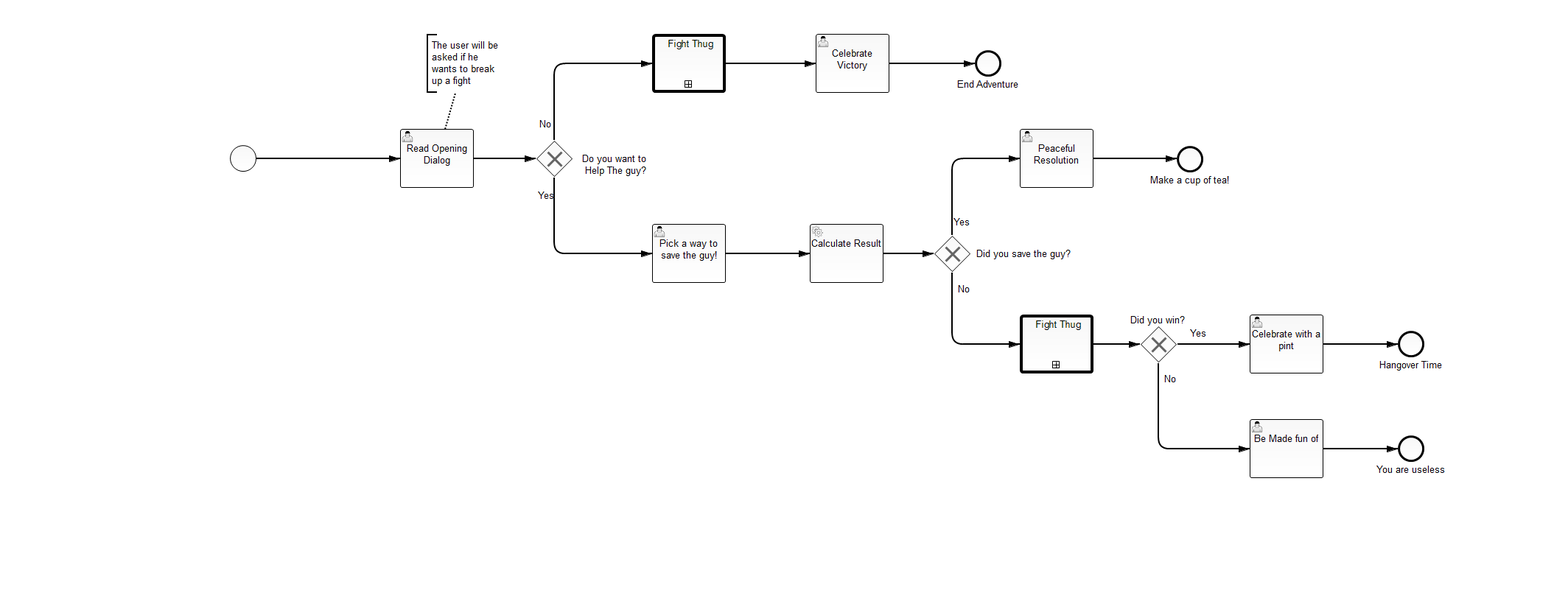
This is src/main/resources/story-adventure.png from NPDeehan/bpmn-quest, a BPMN export, as it was before one commit. Its source is kept beside it as src/main/resources/story-adventure.bpmn. Ids are renumbered.
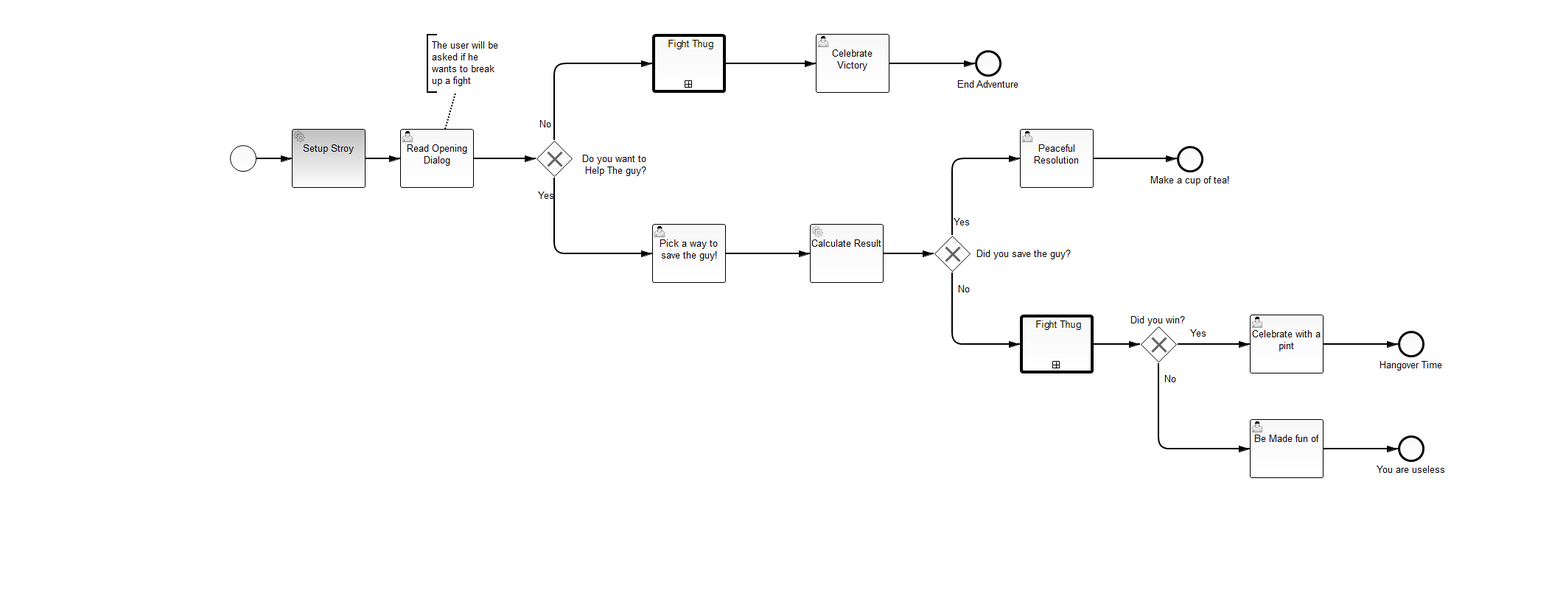
Later version of the same file.

Diff of the diagram source:
```diff
@@ -4,7 +4,7 @@
       <bpmn2:extensionElements>
         <camunda:taskListener class="org.camunda.bpmn.quest.superStoryQuestOne.GenerateIntroDialog" event="create"/>
       </bpmn2:extensionElements>
-      <bpmn2:incoming>SequenceFlow_1</bpmn2:incoming>
+      <bpmn2:incoming>SequenceFlow_2</bpmn2:incoming>
       <bpmn2:outgoing>SequenceFlow_n2</bpmn2:outgoing>
     </bpmn2:userTask>
     <bpmn2:exclusiveGateway id="ExclusiveGateway_n3" name="Do you want to&#xD;&#xA; Help The guy?">
@@ -70,7 +70,7 @@
     <bpmn2:startEvent id="StartEvent_1">
       <bpmn2:outgoing>SequenceFlow_1</bpmn2:outgoing>
     </bpmn2:startEvent>
-    <bpmn2:sequenceFlow id="SequenceFlow_1" name="" sourceRef="StartEvent_1" targetRef="UserTask_n1"/>
+    <bpmn2:sequenceFlow id="SequenceFlow_1" name="" sourceRef="StartEvent_1" targetRef="ServiceTask_1"/>
     <bpmn2:exclusiveGateway id="ExclusiveGateway_n27" name="Did you win?">
       <bpmn2:incoming>SequenceFlow_n17</bpmn2:incoming>
       <bpmn2:outgoing>SequenceFlow_n21</bpmn2:outgoing>
@@ -97,6 +97,11 @@
     <bpmn2:endEvent id="EndEvent_n19" name="Make a cup of tea!">
       <bpmn2:incoming>SequenceFlow_n16</bpmn2:incoming>
     </bpmn2:endEvent>
+    <bpmn2:serviceTask id="ServiceTask_1" camunda:class="org.camunda.bpmn.quest.superStoryQuestOne.GenerateIntroDialog" name="Setup Stroy">
+      <bpmn2:incoming>SequenceFlow_1</bpmn2:incoming>
+      <bpmn2:outgoing>SequenceFlow_2</bpmn2:outgoing>
+    </bpmn2:serviceTask>
+    <bpmn2:sequenceFlow id="SequenceFlow_2" name="" sourceRef="ServiceTask_1" targetRef="UserTask_n1"/>
     <bpmn2:textAnnotation id="TextAnnotation_n32">
       <bpmn2:text>The user will be asked if he wants to break up a fight</bpmn2:text>
     </bpmn2:textAnnotation>
@@ -252,9 +257,12 @@
           <dc:Bounds height="0.0" width="0.0" x="1265.0" y="86.0"/>
         </bpmndi:BPMNLabel>
       </bpmndi:BPMNEdge>
-      <bpmndi:BPMNEdge id="BPMNEdge_SequenceFlow_1" bpmnElement="SequenceFlow_1" sourceElement="_BPMNShape_StartEvent_5" targetElement="UserTask_n1_di">
+      <bpmndi:BPMNEdge id="BPMNEdge_SequenceFlow_1" bpmnElement="SequenceFlow_1" sourceElement="_BPMNShape_StartEvent_5" targetElement="_BPMNShape_ServiceTask_26">
         <di:waypoint xsi:type="dc:Point" x="348.0" y="215.0"/>
-        <di:waypoint xsi:type="dc:Point" x="543.0" y="215.0"/>
+        <di:waypoint xsi:type="dc:Point" x="396.0" y="215.0"/>
+        <bpmndi:BPMNLabel>
+          <dc:Bounds height="6.0" width="6.0" x="353.0" y="215.0"/>
+        </bpmndi:BPMNLabel>
       </bpmndi:BPMNEdge>
       <bpmndi:BPMNShape id="ExclusiveGateway_n27_di" bpmnElement="ExclusiveGateway_n27" isMarkerVisible="true">
         <dc:Bounds height="50.0" width="50.0" x="1547.0" y="442.0"/>
@@ -300,6 +308,16 @@
       <bpmndi:BPMNShape id="UserTask_n29_di" bpmnElement="UserTask_n29">
         <dc:Bounds height="80.0" width="100.0" x="1696.0" y="569.0"/>
       </bpmndi:BPMNShape>
+      <bpmndi:BPMNShape id="_BPMNShape_ServiceTask_26" bpmnElement="ServiceTask_1">
+        <dc:Bounds height="80.0" width="100.0" x="396.0" y="175.0"/>
+      </bpmndi:BPMNShape>
+      <bpmndi:BPMNEdge id="BPMNEdge_SequenceFlow_2" bpmnElement="SequenceFlow_2" sourceElement="_BPMNShape_ServiceTask_26" targetElement="UserTask_n1_di">
+        <di:waypoint xsi:type="dc:Point" x="496.0" y="215.0"/>
+        <di:waypoint xsi:type="dc:Point" x="543.0" y="215.0"/>
+        <bpmndi:BPMNLabel>
+          <dc:Bounds height="6.0" width="6.0" x="533.0" y="215.0"/>
+        </bpmndi:BPMNLabel>
+      </bpmndi:BPMNEdge>
     </bpmndi:BPMNPlane>
   </bpmndi:BPMNDiagram>
 </bpmn2:definitions>
```
